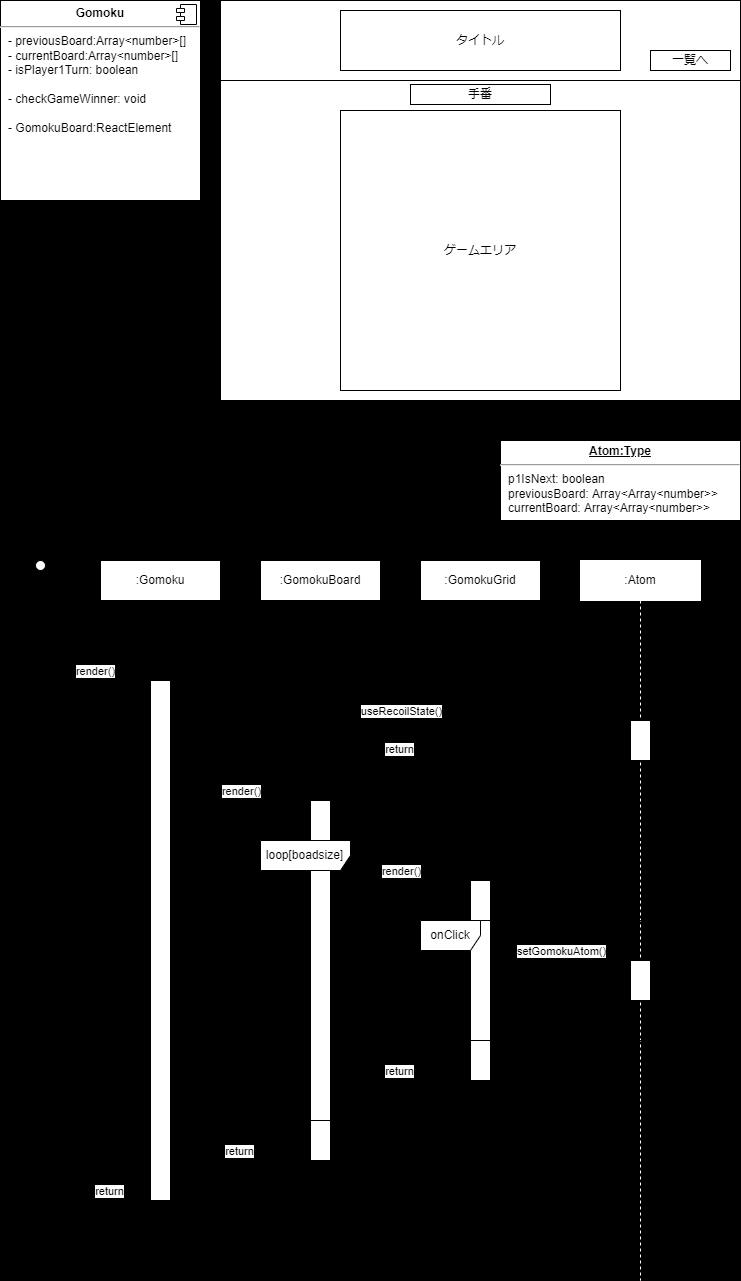
This is doc/game/gomoku.png from narumimashiro/projectSelf-dept.NextJs, a draw.io export, as it was before one commit. Source tidied: cells renumbered, new cells last; positions are measured from the earlier drawing's top-left corner, leaving out a move shared by most shapes. Its diagram source:
```xml
<mxGraphModel background="#000000" shadow="1">
  <root>
    <mxCell id="0" />
    <mxCell id="1" parent="0" />
    <mxCell id="2" value="&lt;p style=&quot;margin: 0px ; margin-top: 6px ; text-align: center&quot;&gt;&lt;b&gt;Gomoku&lt;/b&gt;&lt;/p&gt;&lt;hr&gt;&lt;p style=&quot;margin: 0px ; margin-left: 8px&quot;&gt;- previousBoard:Array&amp;lt;number&amp;gt;[]&lt;br&gt;- currentBoard:Array&amp;lt;number&amp;gt;[]&lt;/p&gt;&lt;p style=&quot;margin: 0px ; margin-left: 8px&quot;&gt;- isPlayer1Turn: boolean&lt;/p&gt;&lt;p style=&quot;margin: 0px ; margin-left: 8px&quot;&gt;&lt;br&gt;&lt;/p&gt;&lt;p style=&quot;margin: 0px ; margin-left: 8px&quot;&gt;- checkGameWinner: void&lt;/p&gt;&lt;p style=&quot;margin: 0px ; margin-left: 8px&quot;&gt;&lt;br&gt;&lt;/p&gt;&lt;p style=&quot;margin: 0px ; margin-left: 8px&quot;&gt;- GomokuBoard:ReactElement&lt;/p&gt;" style="align=left;overflow=fill;html=1;" parent="1" vertex="1">
      <mxGeometry width="200" height="200" as="geometry" />
    </mxCell>
    <mxCell id="3" style="shape=component;jettyWidth=8;jettyHeight=4;" parent="2" vertex="1">
      <mxGeometry x="1" width="20" height="20" relative="1" as="geometry">
        <mxPoint x="-24" y="4" as="offset" />
      </mxGeometry>
    </mxCell>
    <mxCell id="4" style="rounded=0;whiteSpace=wrap;html=1;" parent="1" vertex="1">
      <mxGeometry x="220" width="520" height="400" as="geometry" />
    </mxCell>
    <mxCell id="5" style="rounded=0;whiteSpace=wrap;html=1;" parent="1" vertex="1">
      <mxGeometry x="220" width="520" height="80" as="geometry" />
    </mxCell>
    <mxCell id="6" value="ゲームエリア" style="rounded=0;whiteSpace=wrap;html=1;" parent="1" vertex="1">
      <mxGeometry x="340" y="110" width="280" height="280" as="geometry" />
    </mxCell>
    <mxCell id="7" value="一覧へ" style="rounded=0;whiteSpace=wrap;html=1;" parent="1" vertex="1">
      <mxGeometry x="650" y="50" width="80" height="20" as="geometry" />
    </mxCell>
    <mxCell id="8" value="タイトル" style="rounded=0;whiteSpace=wrap;html=1;" parent="1" vertex="1">
      <mxGeometry x="340" y="10" width="280" height="60" as="geometry" />
    </mxCell>
    <mxCell id="9" value="手番" style="rounded=0;whiteSpace=wrap;html=1;" parent="1" vertex="1">
      <mxGeometry x="410" y="84" width="140" height="20" as="geometry" />
    </mxCell>
    <mxCell id="10" value=":Gomoku" style="shape=umlLifeline;perimeter=lifelinePerimeter;whiteSpace=wrap;html=1;" parent="1" vertex="1">
      <mxGeometry x="100" y="560" width="120" height="720" as="geometry" />
    </mxCell>
    <mxCell id="11" style="html=1;points=[];perimeter=orthogonalPerimeter;" parent="10" vertex="1">
      <mxGeometry x="50" y="120" width="20" height="520" as="geometry" />
    </mxCell>
    <mxCell id="12" value=":GomokuBoard" style="shape=umlLifeline;perimeter=lifelinePerimeter;whiteSpace=wrap;html=1;" parent="1" vertex="1">
      <mxGeometry x="260" y="560" width="120" height="720" as="geometry" />
    </mxCell>
    <mxCell id="13" style="html=1;points=[];perimeter=orthogonalPerimeter;" parent="12" vertex="1">
      <mxGeometry x="50" y="240" width="20" height="360" as="geometry" />
    </mxCell>
    <mxCell id="14" value="return" style="html=1;verticalAlign=bottom;endArrow=open;dashed=1;endSize=8;" parent="12" edge="1">
      <mxGeometry relative="1" as="geometry">
        <mxPoint x="50" y="600" as="sourcePoint" />
        <mxPoint x="-90" y="600" as="targetPoint" />
      </mxGeometry>
    </mxCell>
    <mxCell id="15" value=":GomokuGrid" style="shape=umlLifeline;perimeter=lifelinePerimeter;whiteSpace=wrap;html=1;" parent="1" vertex="1">
      <mxGeometry x="420" y="560" width="120" height="720" as="geometry" />
    </mxCell>
    <mxCell id="16" style="html=1;perimeter=orthogonalPerimeter;" parent="15" vertex="1">
      <mxGeometry x="50" y="320" width="20" height="200" as="geometry" />
    </mxCell>
    <mxCell id="17" value="return" style="html=1;verticalAlign=bottom;endArrow=open;dashed=1;endSize=8;exitX=0;exitY=0.95;" parent="15" edge="1">
      <mxGeometry relative="1" as="geometry">
        <mxPoint x="50" y="520" as="sourcePoint" />
        <mxPoint x="-90" y="520" as="targetPoint" />
      </mxGeometry>
    </mxCell>
    <mxCell id="18" value=":Atom" style="shape=umlLifeline;perimeter=lifelinePerimeter;whiteSpace=wrap;html=1;gradientColor=none;fillColor=default;strokeColor=#FFFFFF;" parent="1" vertex="1">
      <mxGeometry x="580" y="560" width="120" height="720" as="geometry" />
    </mxCell>
    <mxCell id="19" style="html=1;points=[];perimeter=orthogonalPerimeter;" parent="18" vertex="1">
      <mxGeometry x="50" y="160" width="20" height="40" as="geometry" />
    </mxCell>
    <mxCell id="20" style="html=1;points=[];perimeter=orthogonalPerimeter;" parent="18" vertex="1">
      <mxGeometry x="50" y="400" width="20" height="40" as="geometry" />
    </mxCell>
    <mxCell id="21" value="onClick" style="shape=umlFrame;whiteSpace=wrap;html=1;" parent="18" vertex="1">
      <mxGeometry x="-160" y="360" width="280" height="120" as="geometry" />
    </mxCell>
    <mxCell id="22" style="shape=umlLifeline;participant=umlActor;perimeter=lifelinePerimeter;whiteSpace=wrap;html=1;verticalAlign=top;spacingTop=36;outlineConnect=0;" parent="1" vertex="1">
      <mxGeometry x="30" y="560" width="20" height="120" as="geometry" />
    </mxCell>
    <mxCell id="23" value="render()" style="html=1;verticalAlign=bottom;startArrow=oval;endArrow=block;startSize=8;" parent="1" edge="1" source="22" target="11">
      <mxGeometry relative="1" as="geometry" />
    </mxCell>
    <mxCell id="24" value="useRecoilState()" style="html=1;verticalAlign=bottom;endArrow=block;entryX=0;entryY=0;" parent="1" edge="1" source="11" target="19">
      <mxGeometry relative="1" as="geometry" />
    </mxCell>
    <mxCell id="25" value="return" style="html=1;verticalAlign=bottom;endArrow=open;dashed=1;endSize=8;exitX=0;exitY=0.95;" parent="1" edge="1" source="19">
      <mxGeometry relative="1" as="geometry">
        <mxPoint x="170" y="758" as="targetPoint" />
      </mxGeometry>
    </mxCell>
    <mxCell id="26" value="&lt;p style=&quot;margin:0px;margin-top:4px;text-align:center;text-decoration:underline;&quot;&gt;&lt;b&gt;Atom:Type&lt;/b&gt;&lt;/p&gt;&lt;hr&gt;&lt;p style=&quot;margin:0px;margin-left:8px;&quot;&gt;p1IsNext: boolean&lt;/p&gt;&lt;p style=&quot;margin:0px;margin-left:8px;&quot;&gt;previousBoard: Array&amp;lt;Array&amp;lt;number&amp;gt;&amp;gt;&lt;/p&gt;&lt;p style=&quot;margin:0px;margin-left:8px;&quot;&gt;currentBoard: Array&amp;lt;Array&amp;lt;number&amp;gt;&amp;gt;&lt;/p&gt;" style="verticalAlign=top;align=left;overflow=fill;fontSize=12;fontFamily=Helvetica;html=1;" parent="1" vertex="1">
      <mxGeometry x="500" y="440" width="240" height="80" as="geometry" />
    </mxCell>
    <mxCell id="27" value="render()" style="html=1;verticalAlign=bottom;startArrow=none;endArrow=block;rounded=1;strokeColor=default;startFill=0;" parent="1" edge="1" source="11" target="13">
      <mxGeometry relative="1" as="geometry">
        <Array as="points">
          <mxPoint x="210" y="800" />
        </Array>
      </mxGeometry>
    </mxCell>
    <mxCell id="28" value="render()" style="html=1;verticalAlign=bottom;startArrow=none;endArrow=block;startSize=8;rounded=1;strokeColor=default;startFill=0;" parent="1" edge="1">
      <mxGeometry relative="1" as="geometry">
        <mxPoint x="330" y="880" as="sourcePoint" />
        <mxPoint x="470" y="880" as="targetPoint" />
        <Array as="points">
          <mxPoint x="430" y="880" />
        </Array>
      </mxGeometry>
    </mxCell>
    <mxCell id="29" value="setGomokuAtom()" style="html=1;verticalAlign=bottom;startArrow=none;endArrow=block;startSize=8;startFill=0;" parent="1" edge="1" target="20">
      <mxGeometry relative="1" as="geometry">
        <mxPoint x="493" y="960" as="sourcePoint" />
      </mxGeometry>
    </mxCell>
    <mxCell id="30" value="loop[boadsize]" style="shape=umlFrame;whiteSpace=wrap;html=1;width=90;height=30;swimlaneFillColor=none;" parent="1" vertex="1">
      <mxGeometry x="260" y="840" width="480" height="280" as="geometry" />
    </mxCell>
    <mxCell id="31" value="return" style="html=1;verticalAlign=bottom;endArrow=open;dashed=1;endSize=8;" parent="1" edge="1">
      <mxGeometry relative="1" as="geometry">
        <mxPoint x="160" y="1200" as="sourcePoint" />
        <mxPoint x="60" y="1200" as="targetPoint" />
      </mxGeometry>
    </mxCell>
  </root>
</mxGraphModel>
```
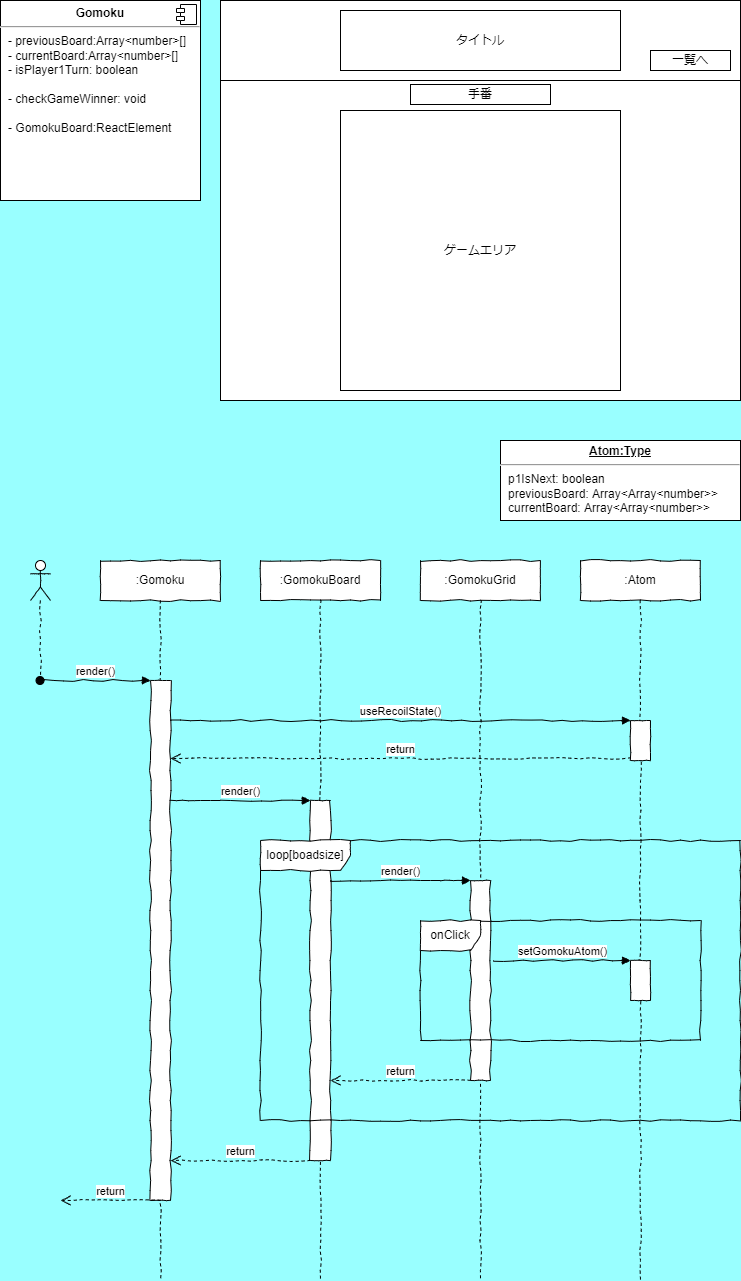
The same file after the commit.

Diff of the diagram source:
```diff
@@ -1,4 +1,4 @@
-<mxGraphModel background="#000000" shadow="1">
+<mxGraphModel background="#99FFFF" shadow="1">
   <root>
     <mxCell id="0" />
     <mxCell id="1" parent="0" />
@@ -28,58 +28,58 @@
     <mxCell id="9" value="手番" style="rounded=0;whiteSpace=wrap;html=1;" parent="1" vertex="1">
       <mxGeometry x="410" y="84" width="140" height="20" as="geometry" />
     </mxCell>
-    <mxCell id="10" value=":Gomoku" style="shape=umlLifeline;perimeter=lifelinePerimeter;whiteSpace=wrap;html=1;" parent="1" vertex="1">
+    <mxCell id="10" value=":Gomoku" style="shape=umlLifeline;perimeter=lifelinePerimeter;whiteSpace=wrap;html=1;strokeColor=#000000;shadow=0;fixDash=0;backgroundOutline=0;comic=1;enumerate=0;" parent="1" vertex="1">
       <mxGeometry x="100" y="560" width="120" height="720" as="geometry" />
     </mxCell>
-    <mxCell id="11" style="html=1;points=[];perimeter=orthogonalPerimeter;" parent="10" vertex="1">
+    <mxCell id="11" style="html=1;points=[];perimeter=orthogonalPerimeter;strokeColor=#000000;shadow=0;snapToPoint=0;fixDash=0;backgroundOutline=0;comic=1;enumerate=0;" parent="10" vertex="1">
       <mxGeometry x="50" y="120" width="20" height="520" as="geometry" />
     </mxCell>
-    <mxCell id="12" value=":GomokuBoard" style="shape=umlLifeline;perimeter=lifelinePerimeter;whiteSpace=wrap;html=1;" parent="1" vertex="1">
+    <mxCell id="12" value=":GomokuBoard" style="shape=umlLifeline;perimeter=lifelinePerimeter;whiteSpace=wrap;html=1;strokeColor=#000000;shadow=0;fixDash=0;backgroundOutline=0;comic=1;enumerate=0;" parent="1" vertex="1">
       <mxGeometry x="260" y="560" width="120" height="720" as="geometry" />
     </mxCell>
-    <mxCell id="13" style="html=1;points=[];perimeter=orthogonalPerimeter;" parent="12" vertex="1">
+    <mxCell id="13" style="html=1;points=[];perimeter=orthogonalPerimeter;strokeColor=#000000;shadow=0;snapToPoint=0;fixDash=0;backgroundOutline=0;comic=1;enumerate=0;" parent="12" vertex="1">
       <mxGeometry x="50" y="240" width="20" height="360" as="geometry" />
     </mxCell>
-    <mxCell id="14" value="return" style="html=1;verticalAlign=bottom;endArrow=open;dashed=1;endSize=8;" parent="12" edge="1">
+    <mxCell id="14" value="return" style="html=1;verticalAlign=bottom;endArrow=open;dashed=1;endSize=8;strokeColor=#000000;shadow=0;snapToPoint=0;fixDash=0;backgroundOutline=0;comic=1;enumerate=0;" parent="12" edge="1">
       <mxGeometry relative="1" as="geometry">
         <mxPoint x="50" y="600" as="sourcePoint" />
         <mxPoint x="-90" y="600" as="targetPoint" />
       </mxGeometry>
     </mxCell>
-    <mxCell id="15" value=":GomokuGrid" style="shape=umlLifeline;perimeter=lifelinePerimeter;whiteSpace=wrap;html=1;" parent="1" vertex="1">
+    <mxCell id="15" value=":GomokuGrid" style="shape=umlLifeline;perimeter=lifelinePerimeter;whiteSpace=wrap;html=1;strokeColor=#000000;shadow=0;fixDash=0;backgroundOutline=0;comic=1;enumerate=0;" parent="1" vertex="1">
       <mxGeometry x="420" y="560" width="120" height="720" as="geometry" />
     </mxCell>
-    <mxCell id="16" style="html=1;perimeter=orthogonalPerimeter;" parent="15" vertex="1">
+    <mxCell id="16" style="html=1;perimeter=orthogonalPerimeter;strokeColor=#000000;shadow=0;fixDash=0;backgroundOutline=0;comic=1;enumerate=0;" parent="15" vertex="1">
       <mxGeometry x="50" y="320" width="20" height="200" as="geometry" />
     </mxCell>
-    <mxCell id="17" value="return" style="html=1;verticalAlign=bottom;endArrow=open;dashed=1;endSize=8;exitX=0;exitY=0.95;" parent="15" edge="1">
+    <mxCell id="17" value="return" style="html=1;verticalAlign=bottom;endArrow=open;dashed=1;endSize=8;exitX=0;exitY=0.95;strokeColor=#000000;shadow=0;snapToPoint=0;fixDash=0;backgroundOutline=0;comic=1;enumerate=0;" parent="15" edge="1">
       <mxGeometry relative="1" as="geometry">
         <mxPoint x="50" y="520" as="sourcePoint" />
         <mxPoint x="-90" y="520" as="targetPoint" />
       </mxGeometry>
     </mxCell>
-    <mxCell id="18" value=":Atom" style="shape=umlLifeline;perimeter=lifelinePerimeter;whiteSpace=wrap;html=1;gradientColor=none;fillColor=default;strokeColor=#FFFFFF;" parent="1" vertex="1">
+    <mxCell id="18" value=":Atom" style="shape=umlLifeline;perimeter=lifelinePerimeter;whiteSpace=wrap;html=1;gradientColor=none;fillColor=default;strokeColor=#000000;shadow=0;fixDash=0;backgroundOutline=0;comic=1;enumerate=0;" parent="1" vertex="1">
       <mxGeometry x="580" y="560" width="120" height="720" as="geometry" />
     </mxCell>
-    <mxCell id="19" style="html=1;points=[];perimeter=orthogonalPerimeter;" parent="18" vertex="1">
+    <mxCell id="19" style="html=1;points=[];perimeter=orthogonalPerimeter;strokeColor=#000000;shadow=0;snapToPoint=0;fixDash=0;backgroundOutline=0;comic=1;enumerate=0;" parent="18" vertex="1">
       <mxGeometry x="50" y="160" width="20" height="40" as="geometry" />
     </mxCell>
-    <mxCell id="20" style="html=1;points=[];perimeter=orthogonalPerimeter;" parent="18" vertex="1">
+    <mxCell id="20" style="html=1;points=[];perimeter=orthogonalPerimeter;strokeColor=#000000;shadow=0;snapToPoint=0;fixDash=0;backgroundOutline=0;comic=1;enumerate=0;" parent="18" vertex="1">
       <mxGeometry x="50" y="400" width="20" height="40" as="geometry" />
     </mxCell>
-    <mxCell id="21" value="onClick" style="shape=umlFrame;whiteSpace=wrap;html=1;" parent="18" vertex="1">
+    <mxCell id="21" value="onClick" style="shape=umlFrame;whiteSpace=wrap;html=1;strokeColor=#000000;shadow=0;fixDash=0;backgroundOutline=0;comic=1;enumerate=0;" parent="18" vertex="1">
       <mxGeometry x="-160" y="360" width="280" height="120" as="geometry" />
     </mxCell>
-    <mxCell id="22" style="shape=umlLifeline;participant=umlActor;perimeter=lifelinePerimeter;whiteSpace=wrap;html=1;verticalAlign=top;spacingTop=36;outlineConnect=0;" parent="1" vertex="1">
+    <mxCell id="22" style="shape=umlLifeline;participant=umlActor;perimeter=lifelinePerimeter;whiteSpace=wrap;html=1;verticalAlign=top;spacingTop=36;outlineConnect=0;strokeColor=#000000;shadow=0;snapToPoint=0;fixDash=0;backgroundOutline=0;comic=1;enumerate=0;" parent="1" vertex="1">
       <mxGeometry x="30" y="560" width="20" height="120" as="geometry" />
     </mxCell>
-    <mxCell id="23" value="render()" style="html=1;verticalAlign=bottom;startArrow=oval;endArrow=block;startSize=8;" parent="1" edge="1" source="22" target="11">
+    <mxCell id="23" value="render()" style="html=1;verticalAlign=bottom;startArrow=oval;endArrow=block;startSize=8;strokeColor=#000000;shadow=0;snapToPoint=0;fixDash=0;backgroundOutline=0;comic=1;enumerate=0;" parent="1" edge="1" source="22" target="11">
       <mxGeometry relative="1" as="geometry" />
     </mxCell>
-    <mxCell id="24" value="useRecoilState()" style="html=1;verticalAlign=bottom;endArrow=block;entryX=0;entryY=0;" parent="1" edge="1" source="11" target="19">
+    <mxCell id="24" value="useRecoilState()" style="html=1;verticalAlign=bottom;endArrow=block;entryX=0;entryY=0;strokeColor=#000000;shadow=0;snapToPoint=0;fixDash=0;backgroundOutline=0;comic=1;enumerate=0;" parent="1" edge="1" source="11" target="19">
       <mxGeometry relative="1" as="geometry" />
     </mxCell>
-    <mxCell id="25" value="return" style="html=1;verticalAlign=bottom;endArrow=open;dashed=1;endSize=8;exitX=0;exitY=0.95;" parent="1" edge="1" source="19">
+    <mxCell id="25" value="return" style="html=1;verticalAlign=bottom;endArrow=open;dashed=1;endSize=8;exitX=0;exitY=0.95;strokeColor=#000000;shadow=0;snapToPoint=0;fixDash=0;backgroundOutline=0;comic=1;enumerate=0;" parent="1" edge="1" source="19">
       <mxGeometry relative="1" as="geometry">
         <mxPoint x="170" y="758" as="targetPoint" />
       </mxGeometry>
@@ -87,14 +87,14 @@
     <mxCell id="26" value="&lt;p style=&quot;margin:0px;margin-top:4px;text-align:center;text-decoration:underline;&quot;&gt;&lt;b&gt;Atom:Type&lt;/b&gt;&lt;/p&gt;&lt;hr&gt;&lt;p style=&quot;margin:0px;margin-left:8px;&quot;&gt;p1IsNext: boolean&lt;/p&gt;&lt;p style=&quot;margin:0px;margin-left:8px;&quot;&gt;previousBoard: Array&amp;lt;Array&amp;lt;number&amp;gt;&amp;gt;&lt;/p&gt;&lt;p style=&quot;margin:0px;margin-left:8px;&quot;&gt;currentBoard: Array&amp;lt;Array&amp;lt;number&amp;gt;&amp;gt;&lt;/p&gt;" style="verticalAlign=top;align=left;overflow=fill;fontSize=12;fontFamily=Helvetica;html=1;" parent="1" vertex="1">
       <mxGeometry x="500" y="440" width="240" height="80" as="geometry" />
     </mxCell>
-    <mxCell id="27" value="render()" style="html=1;verticalAlign=bottom;startArrow=none;endArrow=block;rounded=1;strokeColor=default;startFill=0;" parent="1" edge="1" source="11" target="13">
+    <mxCell id="27" value="render()" style="html=1;verticalAlign=bottom;startArrow=none;endArrow=block;rounded=1;strokeColor=#000000;startFill=0;shadow=0;snapToPoint=0;fixDash=0;backgroundOutline=0;comic=1;enumerate=0;" parent="1" edge="1" source="11" target="13">
       <mxGeometry relative="1" as="geometry">
         <Array as="points">
           <mxPoint x="210" y="800" />
         </Array>
       </mxGeometry>
     </mxCell>
-    <mxCell id="28" value="render()" style="html=1;verticalAlign=bottom;startArrow=none;endArrow=block;startSize=8;rounded=1;strokeColor=default;startFill=0;" parent="1" edge="1">
+    <mxCell id="28" value="render()" style="html=1;verticalAlign=bottom;startArrow=none;endArrow=block;startSize=8;rounded=1;strokeColor=#000000;startFill=0;shadow=0;snapToPoint=0;fixDash=0;backgroundOutline=0;comic=1;enumerate=0;" parent="1" edge="1">
       <mxGeometry relative="1" as="geometry">
         <mxPoint x="330" y="880" as="sourcePoint" />
         <mxPoint x="470" y="880" as="targetPoint" />
@@ -103,15 +103,15 @@
         </Array>
       </mxGeometry>
     </mxCell>
-    <mxCell id="29" value="setGomokuAtom()" style="html=1;verticalAlign=bottom;startArrow=none;endArrow=block;startSize=8;startFill=0;" parent="1" edge="1" target="20">
+    <mxCell id="29" value="setGomokuAtom()" style="html=1;verticalAlign=bottom;startArrow=none;endArrow=block;startSize=8;startFill=0;strokeColor=#000000;shadow=0;snapToPoint=0;fixDash=0;backgroundOutline=0;comic=1;enumerate=0;" parent="1" edge="1" target="20">
       <mxGeometry relative="1" as="geometry">
         <mxPoint x="493" y="960" as="sourcePoint" />
       </mxGeometry>
     </mxCell>
-    <mxCell id="30" value="loop[boadsize]" style="shape=umlFrame;whiteSpace=wrap;html=1;width=90;height=30;swimlaneFillColor=none;" parent="1" vertex="1">
+    <mxCell id="30" value="loop[boadsize]" style="shape=umlFrame;whiteSpace=wrap;html=1;width=90;height=30;swimlaneFillColor=none;strokeColor=#000000;shadow=0;fixDash=0;backgroundOutline=0;comic=1;enumerate=0;" parent="1" vertex="1">
       <mxGeometry x="260" y="840" width="480" height="280" as="geometry" />
     </mxCell>
-    <mxCell id="31" value="return" style="html=1;verticalAlign=bottom;endArrow=open;dashed=1;endSize=8;" parent="1" edge="1">
+    <mxCell id="31" value="return" style="html=1;verticalAlign=bottom;endArrow=open;dashed=1;endSize=8;strokeColor=#000000;shadow=0;snapToPoint=0;fixDash=0;backgroundOutline=0;comic=1;enumerate=0;" parent="1" edge="1">
       <mxGeometry relative="1" as="geometry">
         <mxPoint x="160" y="1200" as="sourcePoint" />
         <mxPoint x="60" y="1200" as="targetPoint" />
```
